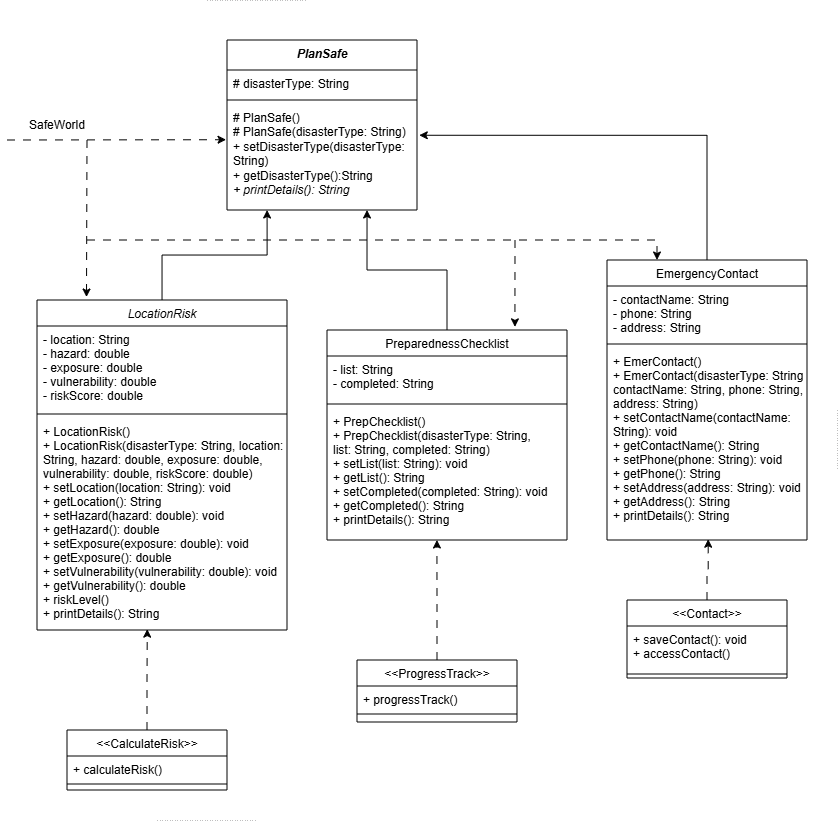
This is PlanSafe.png from Namuun612/OOP2025, a draw.io export, as it was before one commit. Source tidied: cells renumbered, new cells last; positions are measured from the earlier drawing's top-left corner, leaving out a move shared by most shapes.
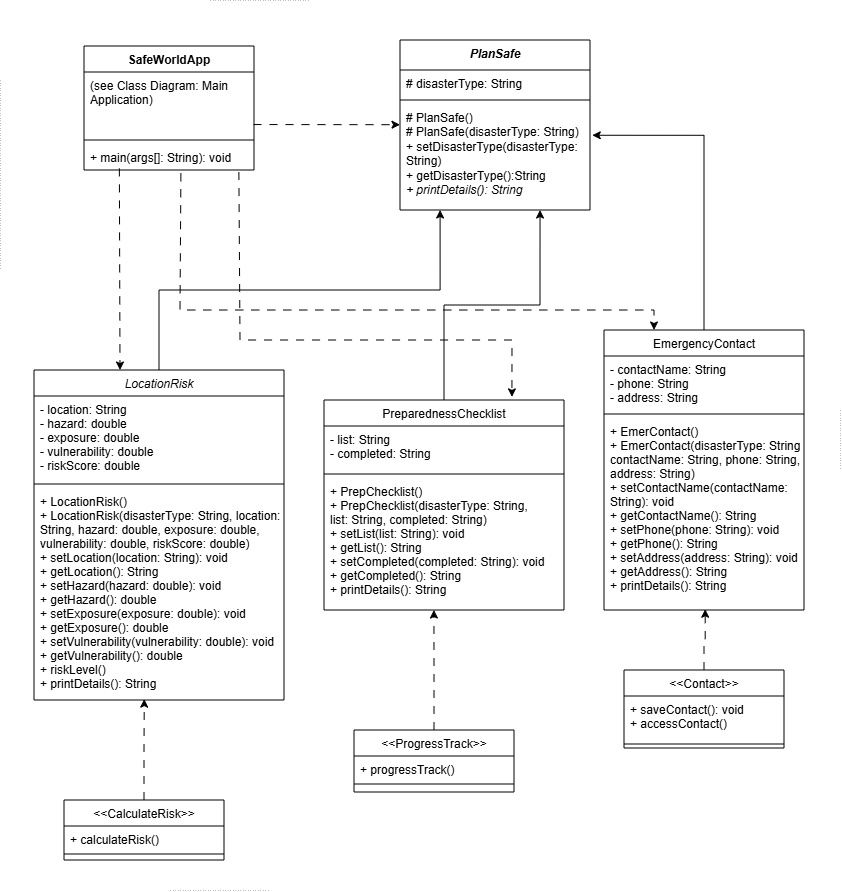
The same file after the commit.

Change to the diagram source:
```diff
@@ -54,7 +54,7 @@
       <mxGeometry y="88" width="200" height="192" as="geometry" />
     </mxCell>
     <mxCell id="19" value="&lt;i&gt;PlanSafe&lt;/i&gt;" style="swimlane;fontStyle=1;align=center;verticalAlign=top;horizontal=1;startSize=30;whiteSpace=wrap;html=1;" parent="1" vertex="1">
-      <mxGeometry x="220" y="40" width="190" height="170" as="geometry" />
+      <mxGeometry x="396" y="-30" width="190" height="170" as="geometry" />
     </mxCell>
     <mxCell id="20" value="&lt;span style=&quot;text-wrap-mode: nowrap;&quot;&gt;# disasterType:&amp;nbsp;String&lt;/span&gt;" style="text;strokeColor=none;fillColor=none;align=left;verticalAlign=top;spacingLeft=4;spacingRight=4;overflow=hidden;whiteSpace=wrap;html=1;" parent="19" vertex="1">
       <mxGeometry y="30" width="190" height="26" as="geometry" />
@@ -95,47 +95,70 @@
     <mxCell id="32" style="edgeStyle=orthogonalEdgeStyle;rounded=0;jettySize=auto;html=1;entryX=1.012;entryY=0.295;entryDx=0;entryDy=0;entryPerimeter=0;" parent="1" edge="1" source="15" target="22">
       <mxGeometry relative="1" as="geometry" />
     </mxCell>
-    <mxCell id="33" style="endArrow=classic;html=1;rounded=0;entryX=-0.005;entryY=0.337;entryDx=0;entryDy=0;entryPerimeter=0;dashed=1;dashPattern=8 8;" parent="1" edge="1" target="22">
+    <mxCell id="33" style="endArrow=classic;html=1;rounded=0;entryX=-0.005;entryY=0.337;entryDx=0;entryDy=0;entryPerimeter=0;dashed=1;dashPattern=8 8;exitX=0.997;exitY=0.821;exitDx=0;exitDy=0;exitPerimeter=0;" parent="1" edge="1" source="42">
       <mxGeometry relative="1" as="geometry">
-        <mxPoint y="140" as="sourcePoint" />
+        <mxPoint x="396" y="54.7" as="targetPoint" />
       </mxGeometry>
     </mxCell>
-    <mxCell id="34" value="SafeWorld" style="text;html=1;whiteSpace=wrap;strokeColor=none;fillColor=none;align=center;verticalAlign=middle;rounded=0;" parent="1" vertex="1">
-      <mxGeometry x="20" y="110" width="60" height="30" as="geometry" />
-    </mxCell>
     <mxCell id="35" style="endArrow=none;html=1;rounded=0;strokeWidth=0.5;dashed=1;dashPattern=1 4;" parent="1" edge="1">
       <mxGeometry relative="1" as="geometry">
-        <mxPoint x="200" as="sourcePoint" />
-        <mxPoint x="300" as="targetPoint" />
+        <mxPoint x="206" y="-70" as="sourcePoint" />
+        <mxPoint x="306" y="-70" as="targetPoint" />
       </mxGeometry>
     </mxCell>
     <mxCell id="36" style="endArrow=none;html=1;rounded=0;strokeWidth=0.5;dashed=1;dashPattern=1 4;" parent="1" edge="1">
       <mxGeometry relative="1" as="geometry">
-        <mxPoint x="150" y="820" as="sourcePoint" />
-        <mxPoint x="250" y="820" as="targetPoint" />
+        <mxPoint x="166" y="820" as="sourcePoint" />
+        <mxPoint x="266" y="820" as="targetPoint" />
       </mxGeometry>
     </mxCell>
     <mxCell id="37" style="endArrow=none;html=1;rounded=0;strokeWidth=0.5;dashed=1;dashPattern=1 4;" parent="1" edge="1">
       <mxGeometry relative="1" as="geometry">
-        <mxPoint x="830" y="410" as="sourcePoint" />
-        <mxPoint x="830" y="470" as="targetPoint" />
+        <mxPoint x="836" y="340" as="sourcePoint" />
+        <mxPoint x="836" y="400" as="targetPoint" />
       </mxGeometry>
     </mxCell>
-    <mxCell id="38" style="endArrow=classic;html=1;rounded=0;exitX=1;exitY=1;exitDx=0;exitDy=0;entryX=0.198;entryY=-0.009;entryDx=0;entryDy=0;entryPerimeter=0;dashed=1;dashPattern=8 8;" parent="1" edge="1" source="34" target="3">
-      <mxGeometry relative="1" as="geometry" />
+    <mxCell id="38" style="endArrow=classic;html=1;rounded=0;exitX=0.208;exitY=0.938;exitDx=0;exitDy=0;entryX=0.198;entryY=-0.009;entryDx=0;entryDy=0;entryPerimeter=0;dashed=1;dashPattern=8 8;exitPerimeter=0;" parent="1" edge="1" source="44">
+      <mxGeometry relative="1" as="geometry">
+        <mxPoint x="116" y="300" as="targetPoint" />
+      </mxGeometry>
     </mxCell>
-    <mxCell id="39" style="endArrow=classic;html=1;rounded=0;entryX=0.25;entryY=0;entryDx=0;entryDy=0;dashed=1;dashPattern=8 8;" parent="1" edge="1" target="15">
+    <mxCell id="39" style="endArrow=classic;html=1;rounded=0;entryX=0.25;entryY=0;entryDx=0;entryDy=0;dashed=1;dashPattern=8 8;exitX=0.57;exitY=1.126;exitDx=0;exitDy=0;exitPerimeter=0;" parent="1" edge="1" source="44" target="15">
       <mxGeometry relative="1" as="geometry">
-        <mxPoint x="80" y="240" as="sourcePoint" />
         <Array as="points">
+          <mxPoint x="176" y="240" />
           <mxPoint x="650" y="240" />
         </Array>
       </mxGeometry>
     </mxCell>
-    <mxCell id="40" style="endArrow=classic;html=1;rounded=0;entryX=0.783;entryY=-0.015;entryDx=0;entryDy=0;entryPerimeter=0;dashed=1;dashPattern=8 8;" parent="1" edge="1" target="8">
+    <mxCell id="40" style="endArrow=classic;html=1;rounded=0;entryX=0.783;entryY=-0.015;entryDx=0;entryDy=0;entryPerimeter=0;dashed=1;dashPattern=8 8;exitX=0.911;exitY=1.079;exitDx=0;exitDy=0;exitPerimeter=0;" parent="1" edge="1" source="44" target="8">
       <mxGeometry relative="1" as="geometry">
-        <mxPoint x="508" y="240" as="sourcePoint" />
+        <Array as="points">
+          <mxPoint x="236" y="270" />
+          <mxPoint x="508" y="270" />
+        </Array>
       </mxGeometry>
     </mxCell>
+    <mxCell id="41" value="SafeWorldApp" style="swimlane;fontStyle=1;align=center;verticalAlign=top;horizontal=1;startSize=26;whiteSpace=wrap;html=1;" parent="1" vertex="1">
+      <mxGeometry x="80" y="-24" width="170" height="124" as="geometry" />
+    </mxCell>
+    <mxCell id="42" value="(see Class Diagram: Main Application)" style="text;strokeColor=none;fillColor=none;align=left;verticalAlign=top;spacingLeft=4;spacingRight=4;overflow=hidden;points=[[0,0.5],[1,0.5]];portConstraint=eastwest;whiteSpace=wrap;html=1;" parent="41" vertex="1">
+      <mxGeometry y="26" width="170" height="64" as="geometry" />
+    </mxCell>
+    <mxCell id="43" style="line;strokeWidth=1;fillColor=none;align=left;verticalAlign=middle;spacingTop=-1;spacingLeft=3;spacingRight=3;labelPosition=right;strokeColor=inherit;" parent="41" vertex="1">
+      <mxGeometry y="90" width="170" height="8" as="geometry" />
+    </mxCell>
+    <mxCell id="44" value="+ main(args[]: String): void" style="text;strokeColor=none;fillColor=none;align=left;verticalAlign=top;spacingLeft=4;spacingRight=4;overflow=hidden;points=[[0,0.5],[1,0.5]];portConstraint=eastwest;whiteSpace=wrap;html=1;" parent="41" vertex="1">
+      <mxGeometry y="98" width="170" height="26" as="geometry" />
+    </mxCell>
+    <mxCell id="45" style="endArrow=none;html=1;rounded=0;strokeWidth=0.5;dashed=1;dashPattern=1 4;" parent="1" edge="1">
+      <mxGeometry relative="1" as="geometry">
+        <mxPoint x="-4" y="10" as="sourcePoint" />
+        <mxPoint x="-4" y="200" as="targetPoint" />
+        <Array as="points">
+          <mxPoint x="-4" y="140" />
+        </Array>
+      </mxGeometry>
+    </mxCell>
   </root>
 </mxGraphModel>
```
